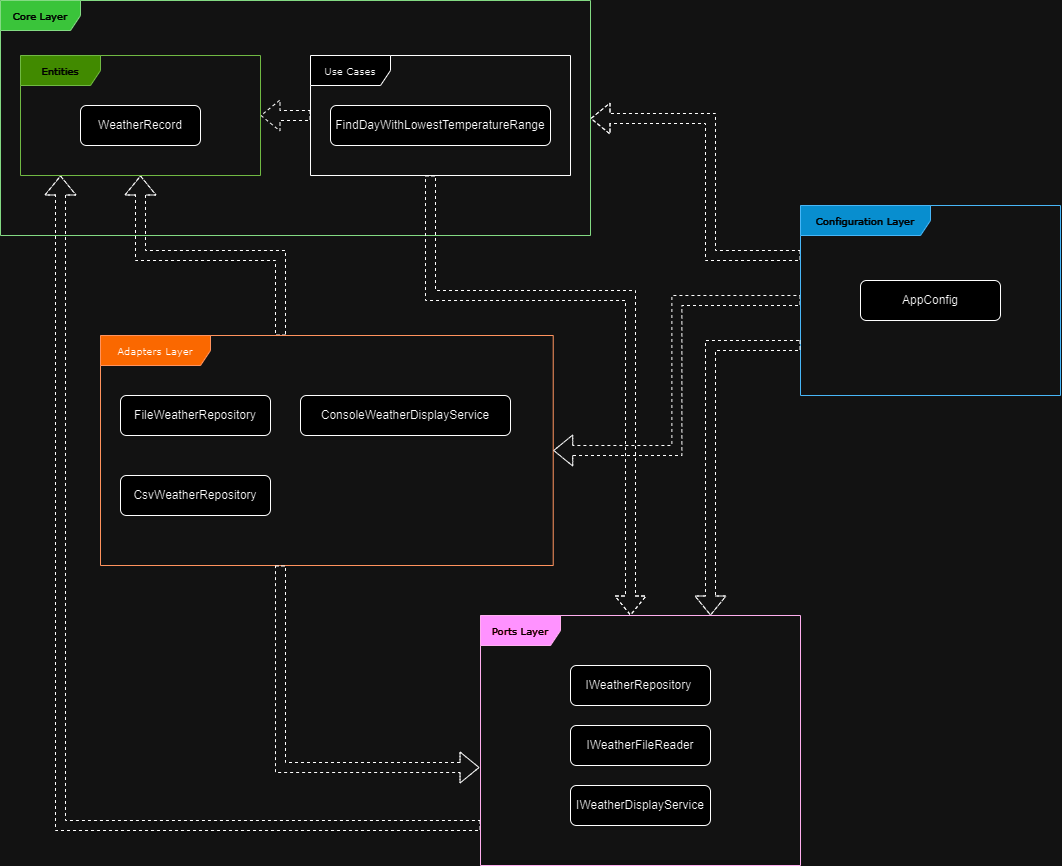
Earlier version of the draw.io export bcxp-solution-diagram.png (bettercodepaul/programming-challenge). Source tidied: cells renumbered, new cells last; positions are measured from the earlier drawing's top-left corner, leaving out a move shared by most shapes.
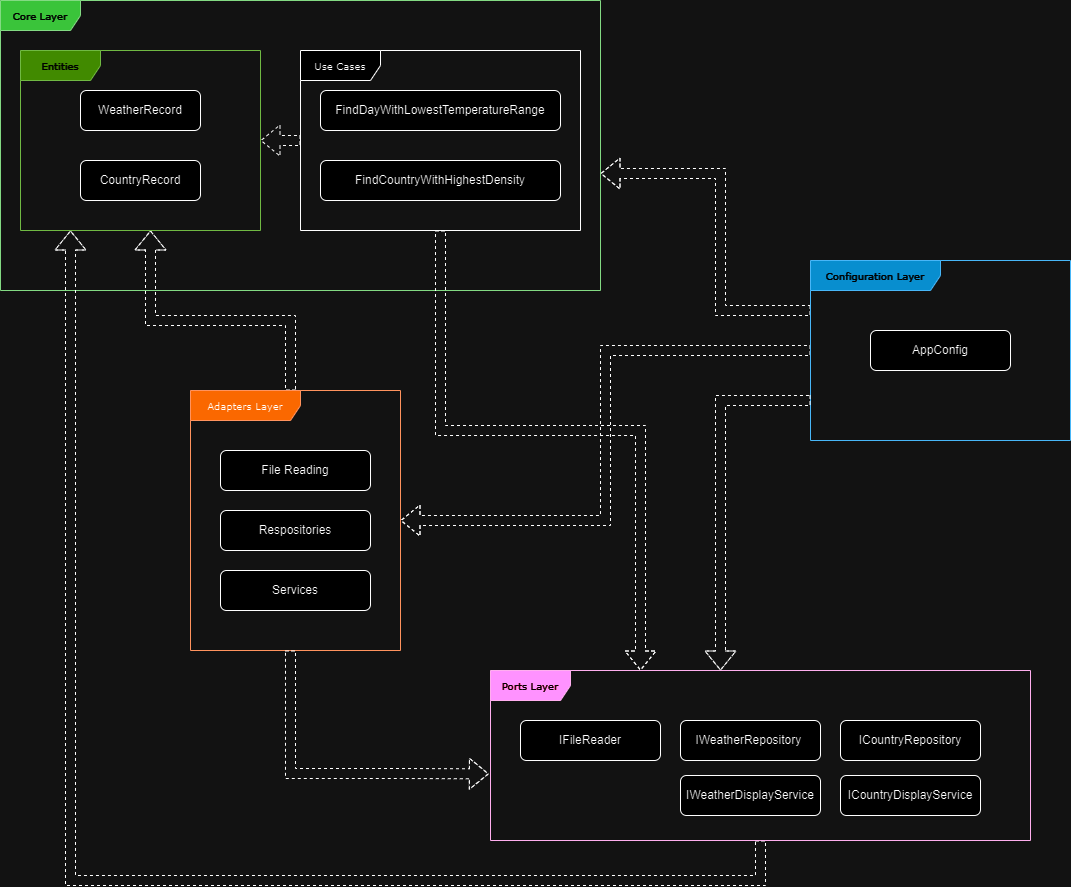
After the change.

Change to the diagram source:
```diff
@@ -3,7 +3,7 @@
     <mxCell id="0" />
     <mxCell id="1" parent="0" />
     <mxCell id="2" value="Core Layer" style="shape=umlFrame;whiteSpace=wrap;html=1;rounded=0;shadow=0;comic=0;labelBackgroundColor=none;strokeWidth=1;fontFamily=Verdana;fontSize=10;align=center;width=80;height=30;fillColor=#008a00;fontColor=#ffffff;strokeColor=#005700;" parent="1" vertex="1">
-      <mxGeometry width="590" height="235" as="geometry" />
+      <mxGeometry x="-10" y="-55" width="600" height="290" as="geometry" />
     </mxCell>
     <mxCell id="3" style="edgeStyle=orthogonalEdgeStyle;shape=flexArrow;rounded=0;jettySize=auto;html=1;strokeColor=default;align=center;verticalAlign=middle;fontFamily=Helvetica;fontSize=11;fontColor=default;labelBackgroundColor=default;endArrow=classic;dashed=1;" parent="1" edge="1" source="4" target="10">
       <mxGeometry relative="1" as="geometry">
@@ -13,18 +13,18 @@
       </mxGeometry>
     </mxCell>
     <mxCell id="4" value="Ports Layer" style="shape=umlFrame;whiteSpace=wrap;html=1;rounded=0;shadow=0;comic=0;labelBackgroundColor=none;strokeWidth=1;fontFamily=Verdana;fontSize=10;align=center;width=80;height=30;fillColor=#d80073;fontColor=#ffffff;strokeColor=#A50040;" parent="1" vertex="1">
-      <mxGeometry x="480" y="615" width="320" height="250" as="geometry" />
+      <mxGeometry x="480" y="615" width="540" height="170" as="geometry" />
     </mxCell>
     <mxCell id="5" style="edgeStyle=orthogonalEdgeStyle;shape=flexArrow;rounded=0;jettySize=auto;html=1;strokeColor=default;align=center;verticalAlign=middle;fontFamily=Helvetica;fontSize=11;fontColor=default;labelBackgroundColor=default;endArrow=classic;dashed=1;" parent="1" edge="1" source="6" target="10">
       <mxGeometry relative="1" as="geometry">
         <Array as="points">
-          <mxPoint x="280" y="255" />
-          <mxPoint x="140" y="255" />
+          <mxPoint x="280" y="265" />
+          <mxPoint x="140" y="265" />
         </Array>
       </mxGeometry>
     </mxCell>
     <mxCell id="6" value="Adapters Layer" style="shape=umlFrame;whiteSpace=wrap;html=1;rounded=0;shadow=0;comic=0;labelBackgroundColor=none;strokeWidth=1;fontFamily=Verdana;fontSize=10;align=center;width=110;height=30;fillColor=#fa6800;fontColor=#000000;strokeColor=#C73500;" parent="1" vertex="1">
-      <mxGeometry x="100" y="335" width="452.7" height="230" as="geometry" />
+      <mxGeometry x="180" y="335" width="210" height="260" as="geometry" />
     </mxCell>
     <mxCell id="7" style="edgeStyle=orthogonalEdgeStyle;rounded=0;jettySize=auto;html=1;shape=flexArrow;dashed=1;" parent="1" edge="1" source="9" target="2">
       <mxGeometry relative="1" as="geometry">
@@ -38,16 +38,16 @@
       <mxGeometry relative="1" as="geometry" />
     </mxCell>
     <mxCell id="9" value="Configuration Layer" style="shape=umlFrame;whiteSpace=wrap;html=1;rounded=0;shadow=0;comic=0;labelBackgroundColor=none;strokeWidth=1;fontFamily=Verdana;fontSize=10;align=center;width=130;height=30;fillColor=#1ba1e2;fontColor=#ffffff;strokeColor=#006EAF;" parent="1" vertex="1">
-      <mxGeometry x="800" y="205" width="260" height="190" as="geometry" />
+      <mxGeometry x="800" y="205" width="260" height="180" as="geometry" />
     </mxCell>
     <mxCell id="10" value="Entities" style="shape=umlFrame;whiteSpace=wrap;html=1;rounded=0;shadow=0;comic=0;labelBackgroundColor=none;strokeWidth=1;fontFamily=Verdana;fontSize=10;align=center;width=80;height=30;fillColor=#60a917;fontColor=#ffffff;strokeColor=#2D7600;" parent="1" vertex="1">
-      <mxGeometry x="20" y="55" width="240" height="120" as="geometry" />
+      <mxGeometry x="10" y="-5" width="240" height="180" as="geometry" />
     </mxCell>
     <mxCell id="11" style="edgeStyle=orthogonalEdgeStyle;shape=flexArrow;rounded=0;jettySize=auto;html=1;strokeColor=default;align=center;verticalAlign=middle;fontFamily=Helvetica;fontSize=11;fontColor=default;labelBackgroundColor=default;endArrow=classic;dashed=1;" parent="1" edge="1" source="13" target="4">
       <mxGeometry relative="1" as="geometry">
         <Array as="points">
-          <mxPoint x="430" y="295" />
-          <mxPoint x="630" y="295" />
+          <mxPoint x="430" y="375" />
+          <mxPoint x="630" y="375" />
         </Array>
       </mxGeometry>
     </mxCell>
@@ -55,39 +55,37 @@
       <mxGeometry relative="1" as="geometry" />
     </mxCell>
     <mxCell id="13" value="Use Cases" style="shape=umlFrame;whiteSpace=wrap;html=1;rounded=0;shadow=0;comic=0;labelBackgroundColor=none;strokeWidth=1;fontFamily=Verdana;fontSize=10;align=center;width=80;height=30;" parent="1" vertex="1">
-      <mxGeometry x="310" y="55" width="260" height="120" as="geometry" />
+      <mxGeometry x="290" y="-5" width="280" height="180" as="geometry" />
     </mxCell>
     <mxCell id="14" value="WeatherRecord" style="rounded=1;whiteSpace=wrap;html=1;" parent="1" vertex="1">
-      <mxGeometry x="80" y="105" width="120" height="40" as="geometry" />
+      <mxGeometry x="70" y="35" width="120" height="40" as="geometry" />
     </mxCell>
     <mxCell id="15" value="FindDayWithLowestTemperatureRange" style="rounded=1;whiteSpace=wrap;html=1;" parent="1" vertex="1">
-      <mxGeometry x="330" y="105" width="220" height="40" as="geometry" />
+      <mxGeometry x="310" y="35" width="240" height="40" as="geometry" />
     </mxCell>
     <mxCell id="16" value="&lt;span style=&quot;text-align: left;&quot;&gt;IWeatherRepository&amp;nbsp;&lt;/span&gt;" style="rounded=1;whiteSpace=wrap;html=1;" parent="1" vertex="1">
-      <mxGeometry x="570" y="665" width="140" height="40" as="geometry" />
+      <mxGeometry x="670" y="665" width="140" height="40" as="geometry" />
     </mxCell>
     <mxCell id="17" value="&lt;span style=&quot;text-align: left;&quot;&gt;IWeatherDisplayService&lt;/span&gt;" style="rounded=1;whiteSpace=wrap;html=1;" parent="1" vertex="1">
-      <mxGeometry x="570" y="785" width="140" height="40" as="geometry" />
+      <mxGeometry x="670" y="720" width="140" height="40" as="geometry" />
     </mxCell>
-    <mxCell id="18" value="&lt;span style=&quot;text-align: left;&quot;&gt;IWeatherFileReader&lt;/span&gt;" style="rounded=1;whiteSpace=wrap;html=1;" parent="1" vertex="1">
-      <mxGeometry x="570" y="725" width="140" height="40" as="geometry" />
+    <mxCell id="18" value="&lt;span style=&quot;text-align: left;&quot;&gt;IFileReader&lt;/span&gt;" style="rounded=1;whiteSpace=wrap;html=1;" parent="1" vertex="1">
+      <mxGeometry x="510" y="665" width="140" height="40" as="geometry" />
     </mxCell>
     <mxCell id="19" value="&lt;span style=&quot;text-align: left;&quot;&gt;AppConfig&lt;/span&gt;" style="rounded=1;whiteSpace=wrap;html=1;" parent="1" vertex="1">
-      <mxGeometry x="860" y="280" width="140" height="40" as="geometry" />
+      <mxGeometry x="860" y="275" width="140" height="40" as="geometry" />
     </mxCell>
-    <mxCell id="20" value="&lt;span style=&quot;text-align: left;&quot;&gt;FileWeatherRepository&lt;/span&gt;" style="rounded=1;whiteSpace=wrap;html=1;" parent="1" vertex="1">
-      <mxGeometry x="120" y="395" width="150" height="40" as="geometry" />
+    <mxCell id="20" value="&lt;span style=&quot;text-align: left;&quot;&gt;Respositories&lt;/span&gt;" style="rounded=1;whiteSpace=wrap;html=1;" parent="1" vertex="1">
+      <mxGeometry x="210" y="455" width="150" height="40" as="geometry" />
     </mxCell>
-    <mxCell id="21" value="&lt;span style=&quot;text-align: left;&quot;&gt;CsvWeatherRepository&lt;/span&gt;" style="rounded=1;whiteSpace=wrap;html=1;" parent="1" vertex="1">
-      <mxGeometry x="120" y="475" width="150" height="40" as="geometry" />
+    <mxCell id="21" value="&lt;span style=&quot;text-align: left;&quot;&gt;Services&lt;/span&gt;" style="rounded=1;whiteSpace=wrap;html=1;" parent="1" vertex="1">
+      <mxGeometry x="210" y="515" width="150" height="40" as="geometry" />
     </mxCell>
-    <mxCell id="22" value="&lt;span style=&quot;text-align: left;&quot;&gt;ConsoleWeatherDisplayService&lt;/span&gt;" style="rounded=1;whiteSpace=wrap;html=1;" parent="1" vertex="1">
-      <mxGeometry x="300" y="395" width="210" height="40" as="geometry" />
-    </mxCell>
     <mxCell id="23" style="edgeStyle=orthogonalEdgeStyle;rounded=0;jettySize=auto;html=1;entryX=-0.003;entryY=0.608;entryDx=0;entryDy=0;entryPerimeter=0;shape=flexArrow;dashed=1;" parent="1" edge="1" source="6" target="4">
       <mxGeometry relative="1" as="geometry">
         <Array as="points">
-          <mxPoint x="280" y="767" />
+          <mxPoint x="280" y="718" />
+          <mxPoint x="390" y="718" />
         </Array>
       </mxGeometry>
     </mxCell>
@@ -98,5 +96,20 @@
         </Array>
       </mxGeometry>
     </mxCell>
+    <mxCell id="25" value="CountryRecord" style="rounded=1;whiteSpace=wrap;html=1;" parent="1" vertex="1">
+      <mxGeometry x="70" y="105" width="120" height="40" as="geometry" />
+    </mxCell>
+    <mxCell id="26" value="FindCountryWithHighestDensity" style="rounded=1;whiteSpace=wrap;html=1;" parent="1" vertex="1">
+      <mxGeometry x="310" y="105" width="240" height="40" as="geometry" />
+    </mxCell>
+    <mxCell id="27" value="&lt;span style=&quot;text-align: left;&quot;&gt;File Reading&lt;/span&gt;" style="rounded=1;whiteSpace=wrap;html=1;" parent="1" vertex="1">
+      <mxGeometry x="210" y="395" width="150" height="40" as="geometry" />
+    </mxCell>
+    <mxCell id="28" value="&lt;span style=&quot;text-align: left;&quot;&gt;ICountryRepository&lt;/span&gt;" style="rounded=1;whiteSpace=wrap;html=1;" parent="1" vertex="1">
+      <mxGeometry x="830" y="665" width="140" height="40" as="geometry" />
+    </mxCell>
+    <mxCell id="29" value="&lt;span style=&quot;text-align: left;&quot;&gt;ICountryDisplayService&lt;/span&gt;" style="rounded=1;whiteSpace=wrap;html=1;" parent="1" vertex="1">
+      <mxGeometry x="830" y="720" width="140" height="40" as="geometry" />
+    </mxCell>
   </root>
 </mxGraphModel>
```
